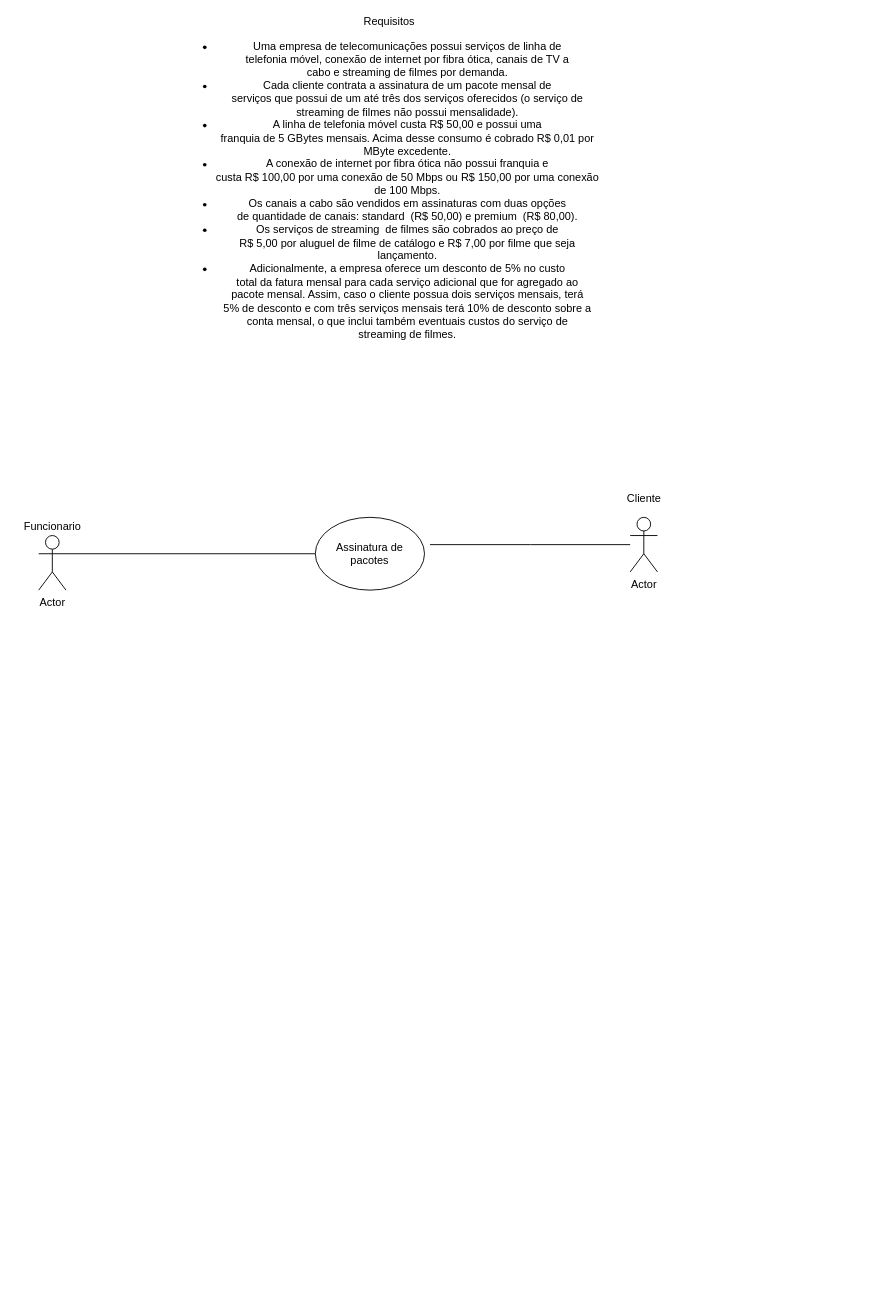
Before: ClasseDeUsoP.drawio in nibiroo/ProjectTelecommunications, a draw.io diagram. Source tidied: cells renumbered, new cells numbered last; positions are measured from the earlier drawing's top-left corner, leaving out a move shared by most shapes. Both pictures are drawn from the tidied source at 91%, with x=0, y=0 at pixel (15, 16).
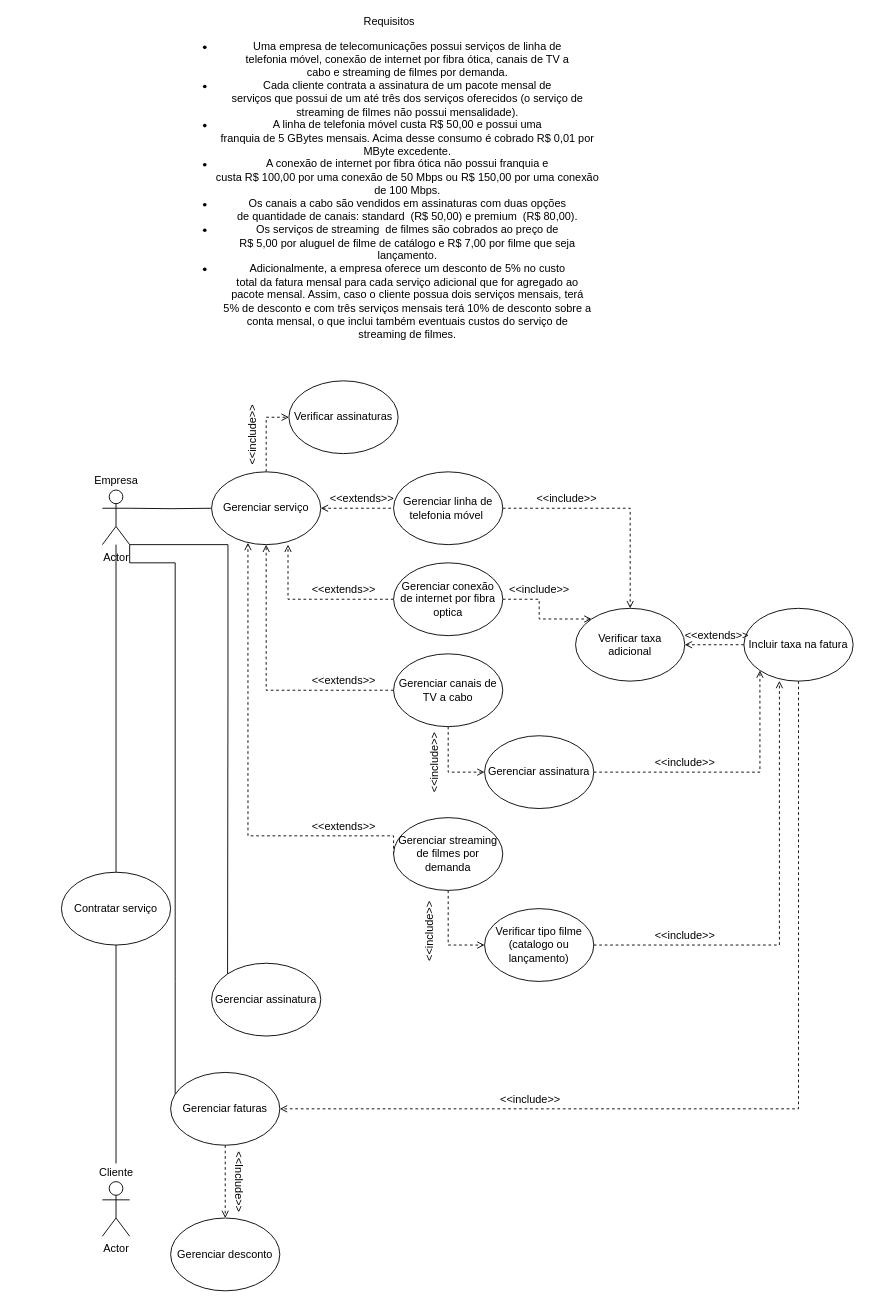
After the change.

Commit message (it also covers changes not shown here):
[AGNALDO] - Classe de Caso de Uso [FEITO]

What changed in the source:
```diff
@@
-    <mxCell id="3" value="Actor" style="shape=umlActor;verticalLabelPosition=bottom;verticalAlign=top;html=1;outlineConnect=0;" parent="1" vertex="1">
-      <mxGeometry x="25" y="570" width="30" height="60" as="geometry" />
-    </mxCell>
-    <mxCell id="4" style="edgeStyle=orthogonalEdgeStyle;rounded=0;jettySize=auto;html=1;endArrow=none;endFill=0;" parent="1" edge="1" source="5">
-      <mxGeometry relative="1" as="geometry">
-        <mxPoint x="455" y="580" as="targetPoint" />
-      </mxGeometry>
-    </mxCell>
-    <mxCell id="5" value="Actor" style="shape=umlActor;verticalLabelPosition=bottom;verticalAlign=top;html=1;outlineConnect=0;" parent="1" vertex="1">
-      <mxGeometry x="675" y="550" width="30" height="60" as="geometry" />
-    </mxCell>
-    <mxCell id="6" value="Funcionario" style="text;html=1;align=center;verticalAlign=middle;strokeColor=none;fillColor=none;" parent="1" vertex="1">
-      <mxGeometry y="550" width="80" height="20" as="geometry" />
-    </mxCell>
+    <mxCell id="10" style="edgeStyle=orthogonalEdgeStyle;rounded=0;jettySize=auto;html=1;endArrow=none;endFill=0;" parent="1" edge="1" target="16">
+      <mxGeometry relative="1" as="geometry">
+        <mxPoint x="125" y="540" as="sourcePoint" />
+      </mxGeometry>
+    </mxCell>
+    <mxCell id="11" style="edgeStyle=orthogonalEdgeStyle;rounded=0;jettySize=auto;html=1;exitX=1;exitY=1;exitDx=0;exitDy=0;exitPerimeter=0;entryX=0;entryY=0;entryDx=0;entryDy=0;startArrow=none;startFill=0;endArrow=none;endFill=0;" parent="1" edge="1" source="12" target="36">
+      <mxGeometry relative="1" as="geometry">
+        <Array as="points">
+          <mxPoint x="233" y="580" />
+          <mxPoint x="233" y="740" />
+        </Array>
+      </mxGeometry>
+    </mxCell>
+    <mxCell id="12" value="Actor" style="shape=umlActor;verticalLabelPosition=bottom;verticalAlign=top;html=1;outlineConnect=0;" parent="1" vertex="1">
+      <mxGeometry x="95" y="520" width="30" height="60" as="geometry" />
+    </mxCell>
+    <mxCell id="13" value="Empresa" style="text;html=1;align=center;verticalAlign=middle;strokeColor=none;fillColor=none;" parent="1" vertex="1">
+      <mxGeometry x="80" y="500" width="60" height="20" as="geometry" />
+    </mxCell>
+    <mxCell id="14" style="edgeStyle=orthogonalEdgeStyle;rounded=0;jettySize=auto;html=1;entryX=0;entryY=0.5;entryDx=0;entryDy=0;endArrow=none;endFill=0;startArrow=open;startFill=0;dashed=1;" parent="1" edge="1" source="16" target="18">
+      <mxGeometry relative="1" as="geometry" />
+    </mxCell>
+    <mxCell id="15" style="edgeStyle=orthogonalEdgeStyle;rounded=0;jettySize=auto;html=1;entryX=0;entryY=0.5;entryDx=0;entryDy=0;startArrow=none;startFill=0;endArrow=open;endFill=0;dashed=1;" parent="1" edge="1" source="16" target="37">
+      <mxGeometry relative="1" as="geometry" />
+    </mxCell>
+    <mxCell id="16" value="Gerenciar serviço" style="ellipse;whiteSpace=wrap;html=1;" parent="1" vertex="1">
+      <mxGeometry x="215" y="500" width="120" height="80" as="geometry" />
+    </mxCell>
+    <mxCell id="17" style="edgeStyle=orthogonalEdgeStyle;rounded=0;jettySize=auto;html=1;entryX=0.5;entryY=0;entryDx=0;entryDy=0;dashed=1;startArrow=none;startFill=0;endArrow=open;endFill=0;" parent="1" edge="1" source="18" target="39">
+      <mxGeometry relative="1" as="geometry" />
+    </mxCell>
+    <mxCell id="18" value="Gerenciar linha de telefonia móvel&amp;nbsp;" style="ellipse;whiteSpace=wrap;html=1;" parent="1" vertex="1">
+      <mxGeometry x="415" y="500" width="120" height="80" as="geometry" />
+    </mxCell>
+    <mxCell id="19" style="edgeStyle=orthogonalEdgeStyle;rounded=0;jettySize=auto;html=1;entryX=0.7;entryY=1;entryDx=0;entryDy=0;dashed=1;endArrow=open;endFill=0;entryPerimeter=0;" parent="1" edge="1" source="21" target="16">
+      <mxGeometry relative="1" as="geometry" />
+    </mxCell>
+    <mxCell id="20" style="edgeStyle=orthogonalEdgeStyle;rounded=0;jettySize=auto;html=1;entryX=0;entryY=0;entryDx=0;entryDy=0;dashed=1;startArrow=none;startFill=0;endArrow=open;endFill=0;" parent="1" edge="1" source="21" target="39">
+      <mxGeometry relative="1" as="geometry" />
+    </mxCell>
+    <mxCell id="21" value="Gerenciar conexão de internet por fibra optica" style="ellipse;whiteSpace=wrap;html=1;" parent="1" vertex="1">
+      <mxGeometry x="415" y="600" width="120" height="80" as="geometry" />
+    </mxCell>
+    <mxCell id="22" style="edgeStyle=orthogonalEdgeStyle;rounded=0;jettySize=auto;html=1;entryX=0.5;entryY=1;entryDx=0;entryDy=0;startArrow=none;startFill=0;endArrow=open;endFill=0;dashed=1;" parent="1" edge="1" source="24" target="16">
+      <mxGeometry relative="1" as="geometry" />
+    </mxCell>
+    <mxCell id="23" style="edgeStyle=orthogonalEdgeStyle;rounded=0;jettySize=auto;html=1;entryX=0;entryY=0.5;entryDx=0;entryDy=0;startArrow=none;startFill=0;endArrow=open;endFill=0;dashed=1;" parent="1" edge="1" source="24" target="51">
+      <mxGeometry relative="1" as="geometry" />
+    </mxCell>
+    <mxCell id="24" value="Gerenciar canais de TV a cabo" style="ellipse;whiteSpace=wrap;html=1;" parent="1" vertex="1">
+      <mxGeometry x="415" y="700" width="120" height="80" as="geometry" />
+    </mxCell>
+    <mxCell id="25" style="edgeStyle=orthogonalEdgeStyle;rounded=0;jettySize=auto;html=1;entryX=0.333;entryY=0.975;entryDx=0;entryDy=0;endArrow=open;endFill=0;dashed=1;exitX=0;exitY=0.5;exitDx=0;exitDy=0;entryPerimeter=0;" parent="1" edge="1" source="27" target="16">
+      <mxGeometry relative="1" as="geometry">
+        <Array as="points">
+          <mxPoint x="415" y="900" />
+          <mxPoint x="255" y="900" />
+        </Array>
+      </mxGeometry>
+    </mxCell>
+    <mxCell id="26" style="edgeStyle=orthogonalEdgeStyle;rounded=0;jettySize=auto;html=1;entryX=0;entryY=0.5;entryDx=0;entryDy=0;dashed=1;startArrow=none;startFill=0;endArrow=open;endFill=0;" parent="1" edge="1" source="27" target="54">
+      <mxGeometry relative="1" as="geometry" />
+    </mxCell>
+    <mxCell id="27" value="Gerenciar streaming de filmes por demanda" style="ellipse;whiteSpace=wrap;html=1;" parent="1" vertex="1">
+      <mxGeometry x="415" y="880" width="120" height="80" as="geometry" />
+    </mxCell>
+    <mxCell id="28" value="&amp;lt;&amp;lt;extends&amp;gt;&amp;gt;" style="text;html=1;align=center;verticalAlign=middle;strokeColor=none;fillColor=none;" parent="1" vertex="1">
+      <mxGeometry x="335" y="520" width="90" height="20" as="geometry" />
+    </mxCell>
+    <mxCell id="29" value="Actor" style="shape=umlActor;verticalLabelPosition=bottom;verticalAlign=top;html=1;" parent="1" vertex="1">
+      <mxGeometry x="95" y="1280" width="30" height="60" as="geometry" />
+    </mxCell>
+    <mxCell id="30" style="edgeStyle=orthogonalEdgeStyle;rounded=0;jettySize=auto;html=1;entryX=0.5;entryY=1;entryDx=0;entryDy=0;startArrow=none;startFill=0;endArrow=none;endFill=0;" parent="1" edge="1" source="7" target="32">
+      <mxGeometry relative="1" as="geometry" />
+    </mxCell>
     <mxCell id="7" value="Cliente" style="text;html=1;align=center;verticalAlign=middle;points=[];strokeColor=none;fillColor=none;" parent="1" vertex="1">
-      <mxGeometry x="665" y="520" width="50" height="20" as="geometry" />
+      <mxGeometry x="85" y="1260" width="50" height="20" as="geometry" />
     </mxCell>
-    <mxCell id="8" style="edgeStyle=orthogonalEdgeStyle;rounded=0;jettySize=auto;html=1;entryX=1;entryY=0.3333333333333333;entryDx=0;entryDy=0;entryPerimeter=0;endArrow=none;endFill=0;" parent="1" edge="1" source="9" target="3">
-      <mxGeometry relative="1" as="geometry" />
-    </mxCell>
-    <mxCell id="9" value="Assinatura de pacotes" style="ellipse;whiteSpace=wrap;html=1;" parent="1" vertex="1">
-      <mxGeometry x="329" y="550" width="120" height="80" as="geometry" />
-    </mxCell>
+    <mxCell id="31" style="edgeStyle=orthogonalEdgeStyle;rounded=0;jettySize=auto;html=1;startArrow=none;startFill=0;endArrow=none;endFill=0;" parent="1" edge="1" source="32" target="12">
+      <mxGeometry relative="1" as="geometry" />
+    </mxCell>
+    <mxCell id="32" value="Contratar serviço" style="ellipse;whiteSpace=wrap;html=1;" parent="1" vertex="1">
+      <mxGeometry x="50" y="940" width="120" height="80" as="geometry" />
+    </mxCell>
+    <mxCell id="33" value="&amp;lt;&amp;lt;extends&amp;gt;&amp;gt;" style="text;html=1;align=center;verticalAlign=middle;strokeColor=none;fillColor=none;" parent="1" vertex="1">
+      <mxGeometry x="315" y="880" width="90" height="20" as="geometry" />
+    </mxCell>
+    <mxCell id="34" value="&amp;lt;&amp;lt;extends&amp;gt;&amp;gt;" style="text;html=1;align=center;verticalAlign=middle;strokeColor=none;fillColor=none;" parent="1" vertex="1">
+      <mxGeometry x="315" y="720" width="90" height="20" as="geometry" />
+    </mxCell>
+    <mxCell id="35" value="&amp;lt;&amp;lt;extends&amp;gt;&amp;gt;" style="text;html=1;align=center;verticalAlign=middle;strokeColor=none;fillColor=none;" parent="1" vertex="1">
+      <mxGeometry x="315" y="620" width="90" height="20" as="geometry" />
+    </mxCell>
+    <mxCell id="36" value="Gerenciar assinatura" style="ellipse;whiteSpace=wrap;html=1;" parent="1" vertex="1">
+      <mxGeometry x="215" y="1040" width="120" height="80" as="geometry" />
+    </mxCell>
+    <mxCell id="37" value="Verificar assinaturas" style="ellipse;whiteSpace=wrap;html=1;" parent="1" vertex="1">
+      <mxGeometry x="300" y="400" width="120" height="80" as="geometry" />
+    </mxCell>
+    <mxCell id="38" value="&amp;lt;&amp;lt;include&amp;gt;&amp;gt;" style="text;html=1;align=center;verticalAlign=middle;strokeColor=none;fillColor=none;rotation=-90;" parent="1" vertex="1">
+      <mxGeometry x="220" y="450" width="80" height="20" as="geometry" />
+    </mxCell>
+    <mxCell id="39" value="Verificar taxa adicional" style="ellipse;whiteSpace=wrap;html=1;" parent="1" vertex="1">
+      <mxGeometry x="615" y="650" width="120" height="80" as="geometry" />
+    </mxCell>
+    <mxCell id="40" value="&amp;lt;&amp;lt;include&amp;gt;&amp;gt;" style="text;html=1;align=center;verticalAlign=middle;strokeColor=none;fillColor=none;" parent="1" vertex="1">
+      <mxGeometry x="565" y="520" width="80" height="20" as="geometry" />
+    </mxCell>
+    <mxCell id="41" value="&amp;lt;&amp;lt;include&amp;gt;&amp;gt;" style="text;html=1;align=center;verticalAlign=middle;strokeColor=none;fillColor=none;" parent="1" vertex="1">
+      <mxGeometry x="535" y="620" width="80" height="20" as="geometry" />
+    </mxCell>
+    <mxCell id="42" style="edgeStyle=orthogonalEdgeStyle;rounded=0;jettySize=auto;html=1;entryX=1;entryY=0.5;entryDx=0;entryDy=0;dashed=1;startArrow=none;startFill=0;endArrow=open;endFill=0;" parent="1" edge="1" source="44" target="39">
+      <mxGeometry relative="1" as="geometry" />
+    </mxCell>
+    <mxCell id="43" style="edgeStyle=orthogonalEdgeStyle;rounded=0;jettySize=auto;html=1;entryX=1;entryY=0.5;entryDx=0;entryDy=0;dashed=1;startArrow=none;startFill=0;endArrow=open;endFill=0;" parent="1" edge="1" source="44" target="48">
+      <mxGeometry relative="1" as="geometry">
+        <Array as="points">
+          <mxPoint x="860" y="1200" />
+        </Array>
+      </mxGeometry>
+    </mxCell>
+    <mxCell id="44" value="Incluir taxa na fatura" style="ellipse;whiteSpace=wrap;html=1;" parent="1" vertex="1">
+      <mxGeometry x="800" y="650" width="120" height="80" as="geometry" />
+    </mxCell>
+    <mxCell id="45" value="&amp;lt;&amp;lt;extends&amp;gt;&amp;gt;" style="text;html=1;align=center;verticalAlign=middle;strokeColor=none;fillColor=none;" parent="1" vertex="1">
+      <mxGeometry x="725" y="670" width="90" height="20" as="geometry" />
+    </mxCell>
+    <mxCell id="46" style="edgeStyle=orthogonalEdgeStyle;rounded=0;jettySize=auto;html=1;entryX=1;entryY=1;entryDx=0;entryDy=0;entryPerimeter=0;startArrow=none;startFill=0;endArrow=none;endFill=0;" parent="1" edge="1" source="48" target="12">
+      <mxGeometry relative="1" as="geometry">
+        <Array as="points">
+          <mxPoint x="175" y="1060" />
+          <mxPoint x="175" y="600" />
+          <mxPoint x="125" y="600" />
+        </Array>
+      </mxGeometry>
+    </mxCell>
+    <mxCell id="47" style="edgeStyle=orthogonalEdgeStyle;rounded=0;jettySize=auto;html=1;dashed=1;startArrow=none;startFill=0;endArrow=open;endFill=0;" parent="1" edge="1" source="48" target="58">
+      <mxGeometry relative="1" as="geometry" />
+    </mxCell>
+    <mxCell id="48" value="Gerenciar faturas" style="ellipse;whiteSpace=wrap;html=1;" parent="1" vertex="1">
+      <mxGeometry x="170" y="1160" width="120" height="80" as="geometry" />
+    </mxCell>
+    <mxCell id="49" value="&amp;lt;&amp;lt;include&amp;gt;&amp;gt;" style="text;html=1;align=center;verticalAlign=middle;strokeColor=none;fillColor=none;" parent="1" vertex="1">
+      <mxGeometry x="525" y="1180" width="80" height="20" as="geometry" />
+    </mxCell>
+    <mxCell id="50" style="edgeStyle=orthogonalEdgeStyle;rounded=0;jettySize=auto;html=1;entryX=0;entryY=1;entryDx=0;entryDy=0;dashed=1;startArrow=none;startFill=0;endArrow=open;endFill=0;" parent="1" edge="1" source="51" target="44">
+      <mxGeometry relative="1" as="geometry" />
+    </mxCell>
+    <mxCell id="51" value="Gerenciar assinatura" style="ellipse;whiteSpace=wrap;html=1;" parent="1" vertex="1">
+      <mxGeometry x="515" y="790" width="120" height="80" as="geometry" />
+    </mxCell>
+    <mxCell id="52" value="&amp;lt;&amp;lt;include&amp;gt;&amp;gt;" style="text;html=1;align=center;verticalAlign=middle;strokeColor=none;fillColor=none;rotation=-90;" parent="1" vertex="1">
+      <mxGeometry x="420" y="810" width="80" height="20" as="geometry" />
+    </mxCell>
+    <mxCell id="53" style="edgeStyle=orthogonalEdgeStyle;rounded=0;jettySize=auto;html=1;entryX=0.325;entryY=0.996;entryDx=0;entryDy=0;entryPerimeter=0;dashed=1;startArrow=none;startFill=0;endArrow=open;endFill=0;" parent="1" edge="1" source="54" target="44">
+      <mxGeometry relative="1" as="geometry" />
+    </mxCell>
+    <mxCell id="54" value="Verificar tipo filme (catalogo ou lançamento)" style="ellipse;whiteSpace=wrap;html=1;" parent="1" vertex="1">
+      <mxGeometry x="515" y="980" width="120" height="80" as="geometry" />
+    </mxCell>
+    <mxCell id="55" value="&amp;lt;&amp;lt;include&amp;gt;&amp;gt;" style="text;html=1;strokeColor=none;fillColor=none;align=center;verticalAlign=middle;whiteSpace=wrap;rounded=0;rotation=-90;" parent="1" vertex="1">
+      <mxGeometry x="425" y="990" width="60" height="30" as="geometry" />
+    </mxCell>
+    <mxCell id="56" value="&amp;lt;&amp;lt;include&amp;gt;&amp;gt;" style="text;html=1;align=center;verticalAlign=middle;strokeColor=none;fillColor=none;" parent="1" vertex="1">
+      <mxGeometry x="695" y="810" width="80" height="20" as="geometry" />
+    </mxCell>
+    <mxCell id="57" value="&amp;lt;&amp;lt;include&amp;gt;&amp;gt;" style="text;html=1;align=center;verticalAlign=middle;strokeColor=none;fillColor=none;" parent="1" vertex="1">
+      <mxGeometry x="695" y="1000" width="80" height="20" as="geometry" />
+    </mxCell>
+    <mxCell id="58" value="Gerenciar desconto" style="ellipse;whiteSpace=wrap;html=1;" parent="1" vertex="1">
+      <mxGeometry x="170" y="1320" width="120" height="80" as="geometry" />
+    </mxCell>
+    <mxCell id="59" value="&amp;lt;&amp;lt;Include&amp;gt;&amp;gt;" style="text;html=1;align=center;verticalAlign=middle;strokeColor=none;fillColor=none;rotation=90;" parent="1" vertex="1">
+      <mxGeometry x="205" y="1270" width="80" height="20" as="geometry" />
+    </mxCell>
```
